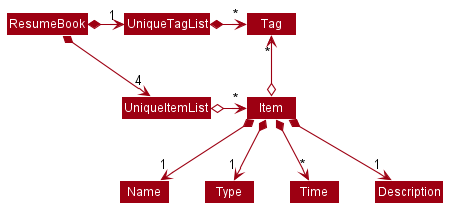
Earlier version of the PlantUML export docs/images/BetterModelClassDiagram.png (wardetu/main). The source it was exported from:
```plantuml
@startuml








skinparam BackgroundColor #FFFFFFF

skinparam Shadowing false

skinparam Class {
    FontColor #FFFFFF
    BorderThickness 1
    BorderColor #FFFFFF
    StereotypeFontColor #FFFFFF
    FontName Arial
}

skinparam Actor {
    BorderColor #000000
    Color #000000
    FontName Arial
}

skinparam Sequence {
    MessageAlign center
    BoxFontSize 15
    BoxPadding 0
    BoxFontColor #FFFFFF
    FontName Arial
}

skinparam Participant {
    FontColor #FFFFFFF
    Padding 20
}

skinparam MinClassWidth 50
skinparam ParticipantPadding 10
skinparam Shadowing false
skinparam DefaultTextAlignment center
skinparam packageStyle Rectangle

hide footbox
hide members
hide circle
skinparam arrowThickness 1.1
skinparam arrowColor #9D0012
skinparam classBackgroundColor #9D0012

ResumeBook *-right-> "4" UniqueItemList
ResumeBook *-right-> "1" UniqueTagList
UniqueTagList -[hidden]down- UniqueItemList
UniqueTagList -[hidden]down- UniqueItemList

UniqueTagList *-right-> "*" Tag
UniqueItemList o-right-> "*"Item

Item o-up-> "*" Tag

Item *--> "1" Name
Item *--> "1" Type
Item *--> "*" Time
Item *--> "1" Description

@enduml
```
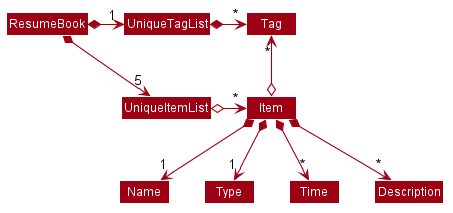
After the commit.

The edit, as a diff of the source:
```diff
@@ -7,7 +7,8 @@
 
 
 
-skinparam BackgroundColor #FFFFFFF
+
+skinparam BackgroundColor #DDDDDDD
 
 skinparam Shadowing false
 
@@ -51,7 +52,7 @@
 skinparam arrowColor #9D0012
 skinparam classBackgroundColor #9D0012
 
-ResumeBook *-right-> "4" UniqueItemList
+ResumeBook *-right-> "5" UniqueItemList
 ResumeBook *-right-> "1" UniqueTagList
 UniqueTagList -[hidden]down- UniqueItemList
 UniqueTagList -[hidden]down- UniqueItemList
@@ -64,6 +65,6 @@
 Item *--> "1" Name
 Item *--> "1" Type
 Item *--> "*" Time
-Item *--> "1" Description
+Item *--> "*" Description
 
 @enduml
```
